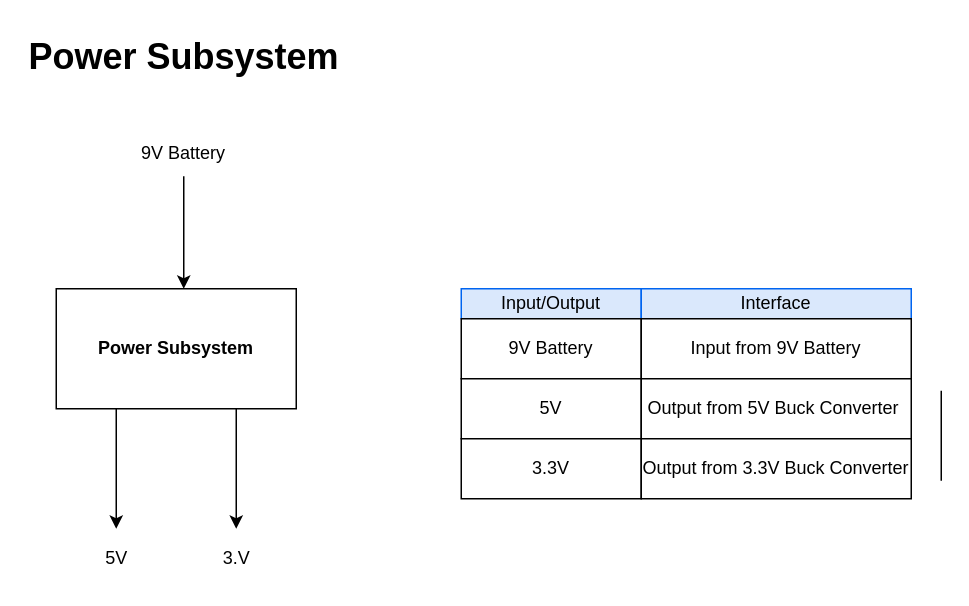
Above: PowerSubsystem.drawio in Verkandos/buzzcar (draw.io), before the change. Source tidied: cells renumbered, new cells numbered last; positions are measured from the earlier drawing's top-left corner, leaving out a move shared by most shapes. Both pictures are drawn from the tidied source at 150%, with x=0, y=0 at pixel (26, 26).
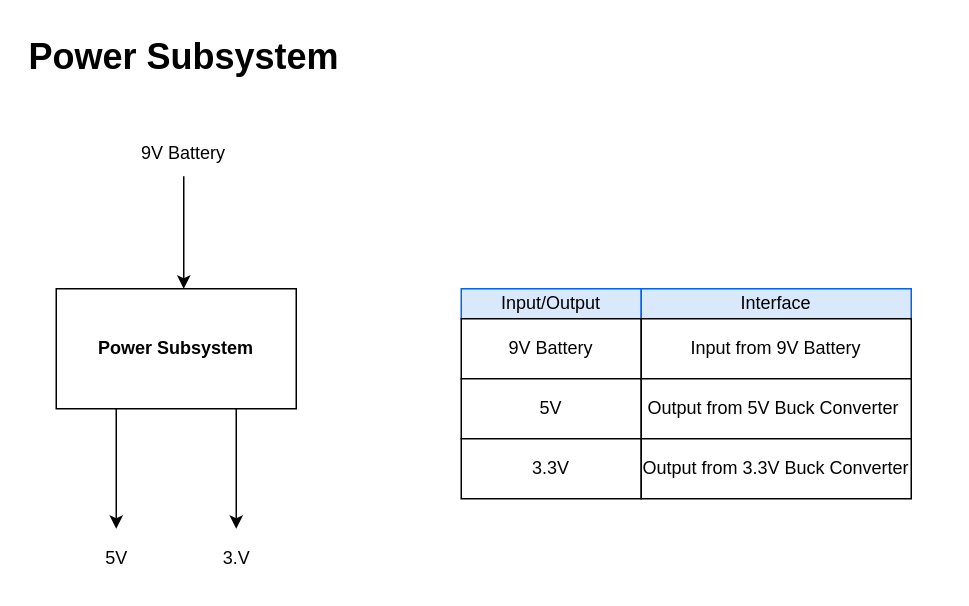
Above is the later version.

What changed in the source:
```diff
@@
-    <mxCell id="18" style="endArrow=none;html=1;rounded=0;" parent="1" edge="1">
-      <mxGeometry relative="1" as="geometry">
-        <mxPoint x="610" y="303" as="sourcePoint" />
-        <mxPoint x="610" y="243" as="targetPoint" />
-      </mxGeometry>
-    </mxCell>
```
